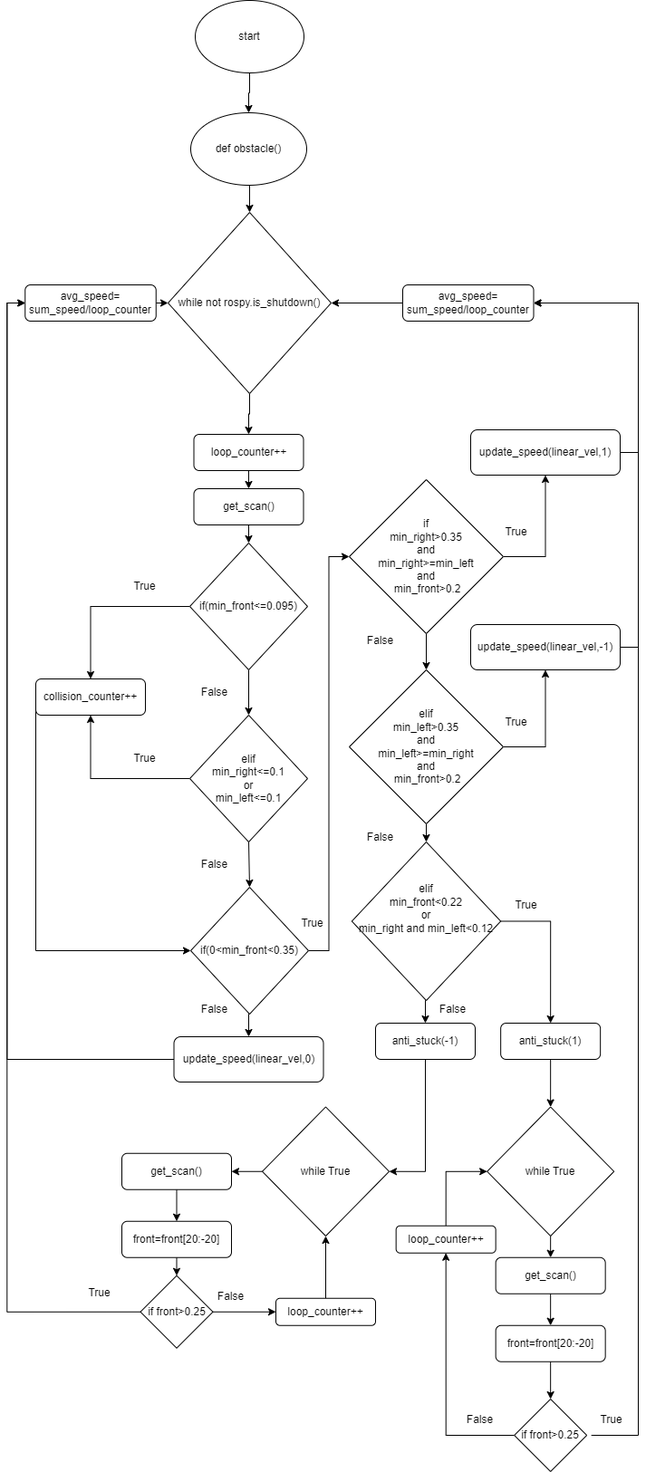
Teun0n/flowcharts keeps this draw.io diagram as Untitled Diagram.drawio.png. Above is the earlier version. Source tidied: cells renumbered, new cells last; positions are measured from the earlier drawing's top-left corner, leaving out a move shared by most shapes.
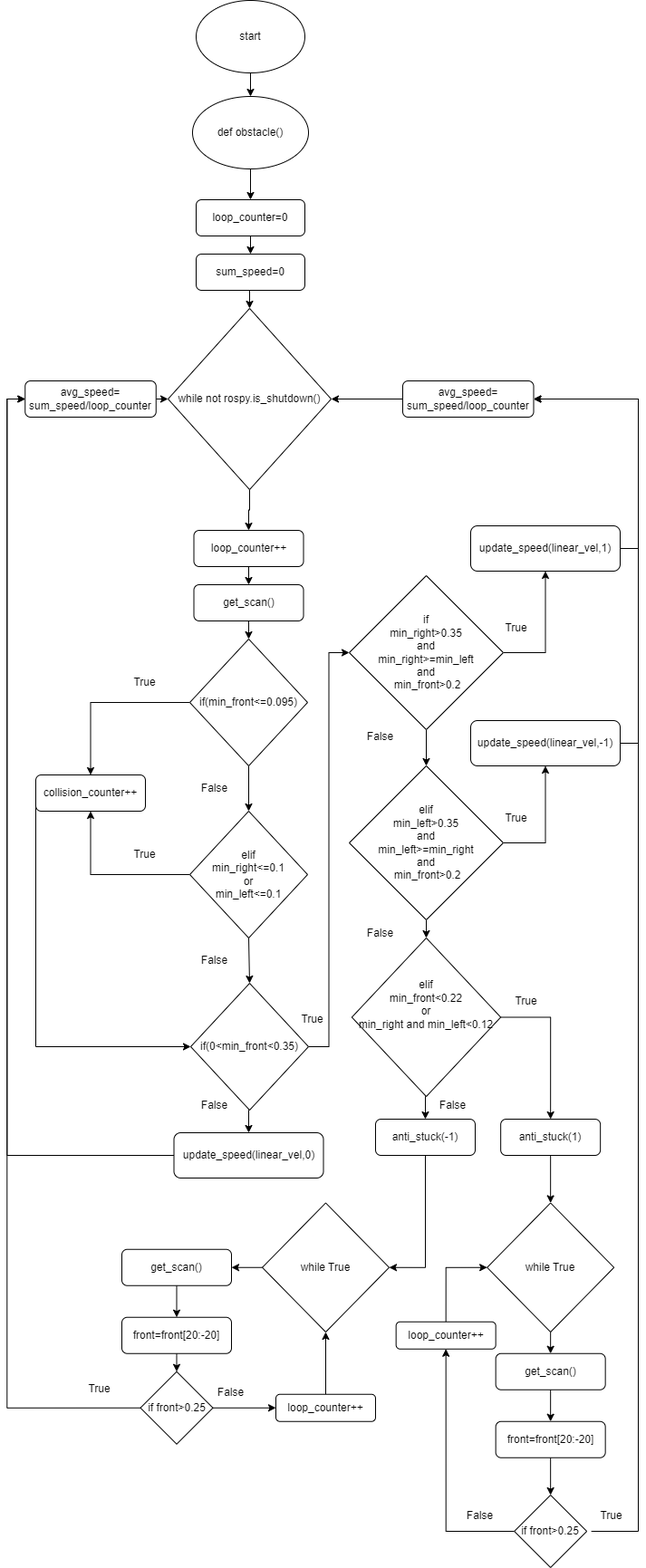
After the change.

What changed in the source:
```diff
@@ -200,7 +200,7 @@
       <mxGeometry relative="1" as="geometry" />
     </mxCell>
     <mxCell id="64" value="start" style="ellipse;whiteSpace=wrap;html=1;" parent="1" vertex="1">
-      <mxGeometry x="188" width="120" height="80" as="geometry" />
+      <mxGeometry x="189" y="-106" width="120" height="80" as="geometry" />
     </mxCell>
     <mxCell id="65" style="edgeStyle=orthogonalEdgeStyle;rounded=0;jettySize=auto;html=1;exitX=0.5;exitY=0;exitDx=0;exitDy=0;entryX=0;entryY=0.5;entryDx=0;entryDy=0;" parent="1" edge="1" source="66" target="29">
       <mxGeometry relative="1" as="geometry" />
@@ -253,11 +253,23 @@
     <mxCell id="81" value="while not rospy.is_shutdown()" style="rhombus;whiteSpace=wrap;html=1;" parent="1" vertex="1">
       <mxGeometry x="158" y="234" width="180" height="200" as="geometry" />
     </mxCell>
-    <mxCell id="82" style="edgeStyle=orthogonalEdgeStyle;rounded=0;jettySize=auto;html=1;exitX=0.5;exitY=1;exitDx=0;exitDy=0;entryX=0.5;entryY=0;entryDx=0;entryDy=0;" parent="1" edge="1" source="83" target="81">
-      <mxGeometry relative="1" as="geometry" />
-    </mxCell>
+    <mxCell id="84" style="edgeStyle=orthogonalEdgeStyle;rounded=0;jettySize=auto;html=1;exitX=0.5;exitY=1;exitDx=0;exitDy=0;entryX=0.5;entryY=0;entryDx=0;entryDy=0;" parent="1" edge="1" source="83" target="86">
+      <mxGeometry relative="1" as="geometry" />
+    </mxCell>
     <mxCell id="83" value="def obstacle()" style="ellipse;whiteSpace=wrap;html=1;" parent="1" vertex="1">
-      <mxGeometry x="183" y="124" width="128" height="80" as="geometry" />
+      <mxGeometry x="185" width="128" height="80" as="geometry" />
     </mxCell>
+    <mxCell id="85" style="edgeStyle=orthogonalEdgeStyle;rounded=0;jettySize=auto;html=1;exitX=0.5;exitY=1;exitDx=0;exitDy=0;entryX=0.5;entryY=0;entryDx=0;entryDy=0;" parent="1" edge="1" source="86" target="88">
+      <mxGeometry relative="1" as="geometry" />
+    </mxCell>
+    <mxCell id="86" value="loop_counter=0" style="rounded=1;whiteSpace=wrap;html=1;" parent="1" vertex="1">
+      <mxGeometry x="189" y="114" width="120" height="40" as="geometry" />
+    </mxCell>
+    <mxCell id="87" style="edgeStyle=orthogonalEdgeStyle;rounded=0;jettySize=auto;html=1;exitX=0.5;exitY=1;exitDx=0;exitDy=0;entryX=0.5;entryY=0;entryDx=0;entryDy=0;" parent="1" edge="1" source="88" target="81">
+      <mxGeometry relative="1" as="geometry" />
+    </mxCell>
+    <mxCell id="88" value="sum_speed=0" style="rounded=1;whiteSpace=wrap;html=1;" parent="1" vertex="1">
+      <mxGeometry x="189" y="174" width="120" height="40" as="geometry" />
+    </mxCell>
   </root>
 </mxGraphModel>
```
